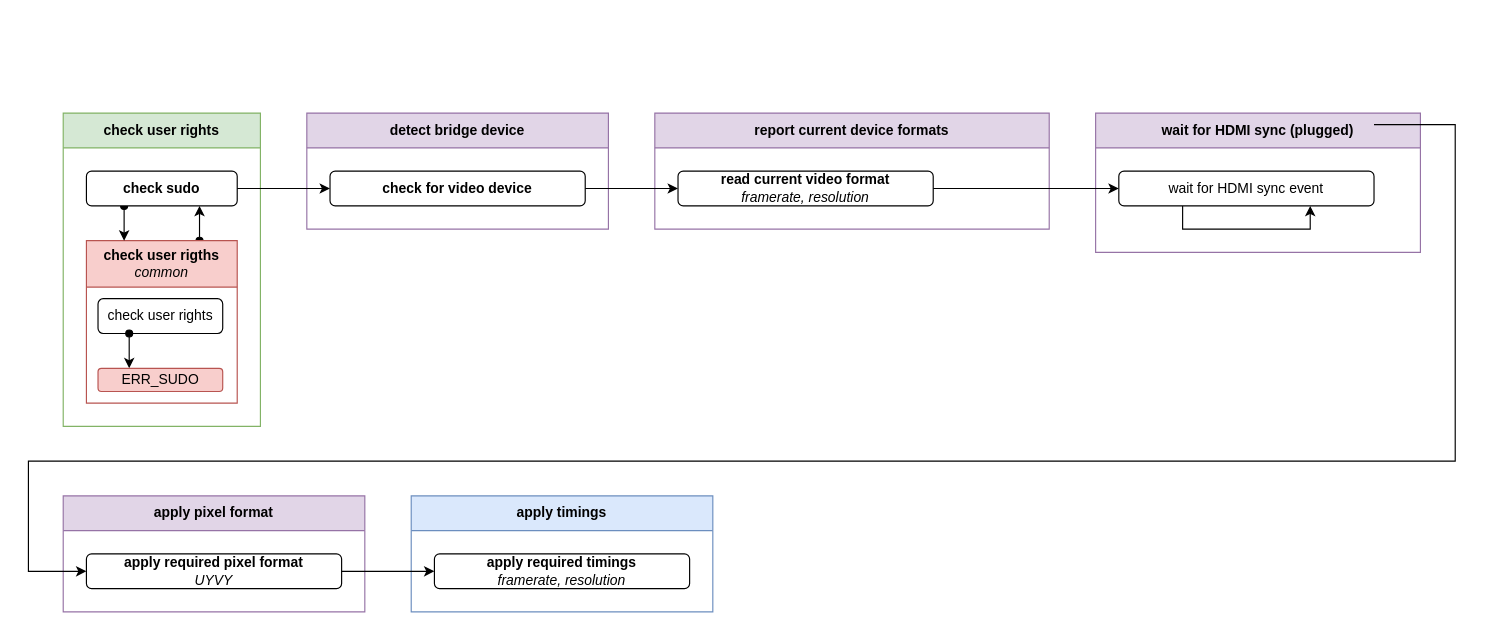
Before: page "start-process" (4 of 4) of docs/utils/drawio/arch.drawio in repeact/embedded-sw, a draw.io diagram. Source tidied: cells renumbered, new cells numbered last; positions are measured from the earlier drawing's top-left corner, leaving out a move shared by most shapes. Both pictures are drawn from the tidied source at 116%, with x=0, y=0 at pixel (28, 113).
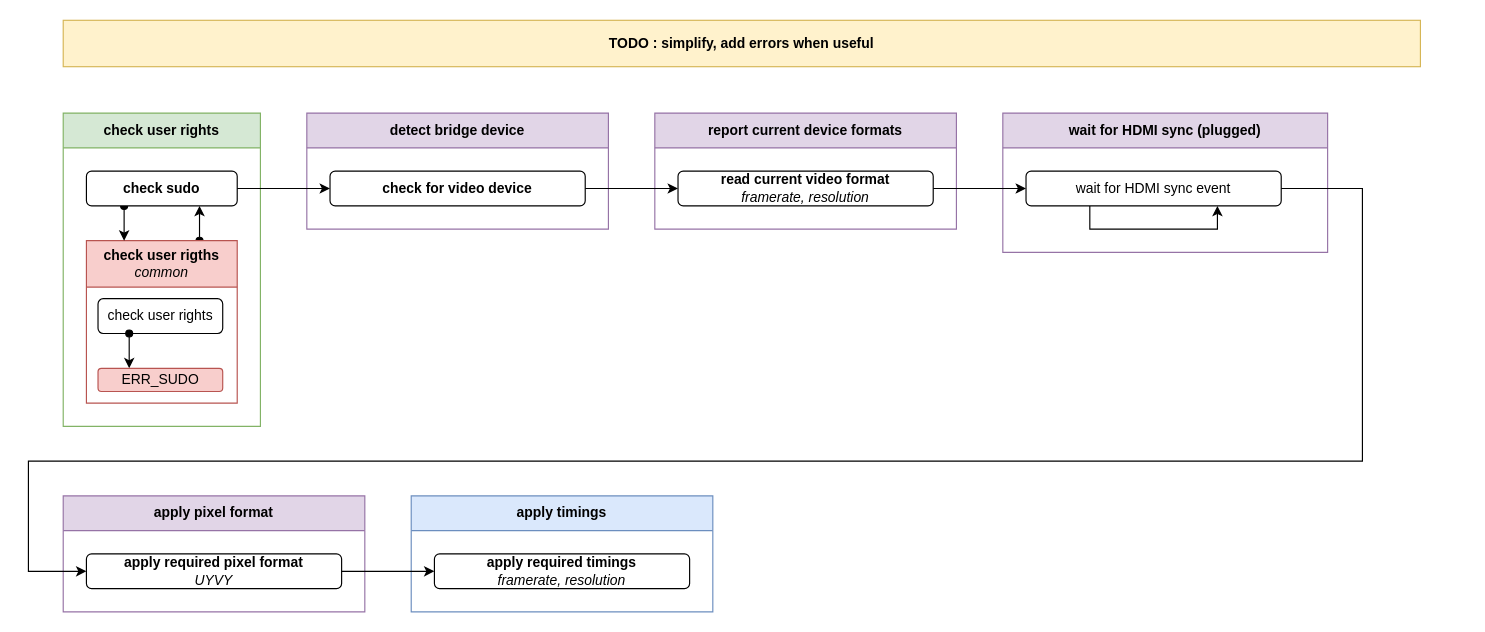
After the change.

Commit message (it also covers changes not shown here):
docs(todo): add architecture todo

Add architecture todo tags.
Small refactor on diagram layout issues.

The change refers to these unchanged cells:
```xml
<mxCell id="15" value="wait for HDMI sync event" style="rounded=1;whiteSpace=wrap;html=1;" parent="14" vertex="1">
  <mxGeometry x="20" y="50" width="220" height="30" as="geometry" />
</mxCell>
<mxCell id="18" value="&lt;span style=&quot;font-weight: 700;&quot;&gt;apply required pixel format&lt;/span&gt;&lt;div&gt;&lt;i&gt;UYVY&lt;/i&gt;&lt;/div&gt;" style="rounded=1;whiteSpace=wrap;html=1;" parent="17" vertex="1">
  <mxGeometry x="20" y="50" width="220" height="30" as="geometry" />
</mxCell>
```

The edit, as a diff of the source:
```diff
@@
     <mxCell id="12" value="report current device formats" style="swimlane;whiteSpace=wrap;html=1;startSize=30;fillColor=#e1d5e7;strokeColor=#9673a6;" parent="1" vertex="1">
-      <mxGeometry x="540" width="340" height="100" as="geometry" />
+      <mxGeometry x="540" width="260" height="100" as="geometry" />
     </mxCell>
@@
     <mxCell id="14" value="wait for HDMI sync (plugged)" style="swimlane;whiteSpace=wrap;html=1;startSize=30;fillColor=#e1d5e7;strokeColor=#9673a6;" parent="1" vertex="1">
-      <mxGeometry x="920" width="280" height="120" as="geometry" />
+      <mxGeometry x="840" width="280" height="120" as="geometry" />
     </mxCell>
@@
-    <mxCell id="24" style="edgeStyle=orthogonalEdgeStyle;rounded=0;jettySize=auto;html=1;exitX=1;exitY=0.5;exitDx=0;exitDy=0;entryX=0;entryY=0.5;entryDx=0;entryDy=0;" parent="1" edge="1" target="18">
+    <mxCell id="24" style="edgeStyle=orthogonalEdgeStyle;rounded=0;jettySize=auto;html=1;exitX=1;exitY=0.5;exitDx=0;exitDy=0;entryX=0;entryY=0.5;entryDx=0;entryDy=0;" parent="1" edge="1" source="15" target="18">
       <mxGeometry relative="1" as="geometry">
-        <mxPoint x="1160" y="10" as="sourcePoint" />
         <Array as="points">
-          <mxPoint x="1230" y="10" />
-          <mxPoint x="1230" y="300" />
+          <mxPoint x="1150" y="65" />
+          <mxPoint x="1150" y="300" />
           <mxPoint y="300" />
           <mxPoint y="395" />
         </Array>
       </mxGeometry>
     </mxCell>
@@
+    <mxCell id="26" value="TODO : simplify, add errors when useful" style="rounded=0;whiteSpace=wrap;html=1;fillColor=#fff2cc;strokeColor=#d6b656;fontStyle=1;" parent="1" vertex="1">
+      <mxGeometry x="30" y="-80" width="1170" height="40" as="geometry" />
+    </mxCell>
```
